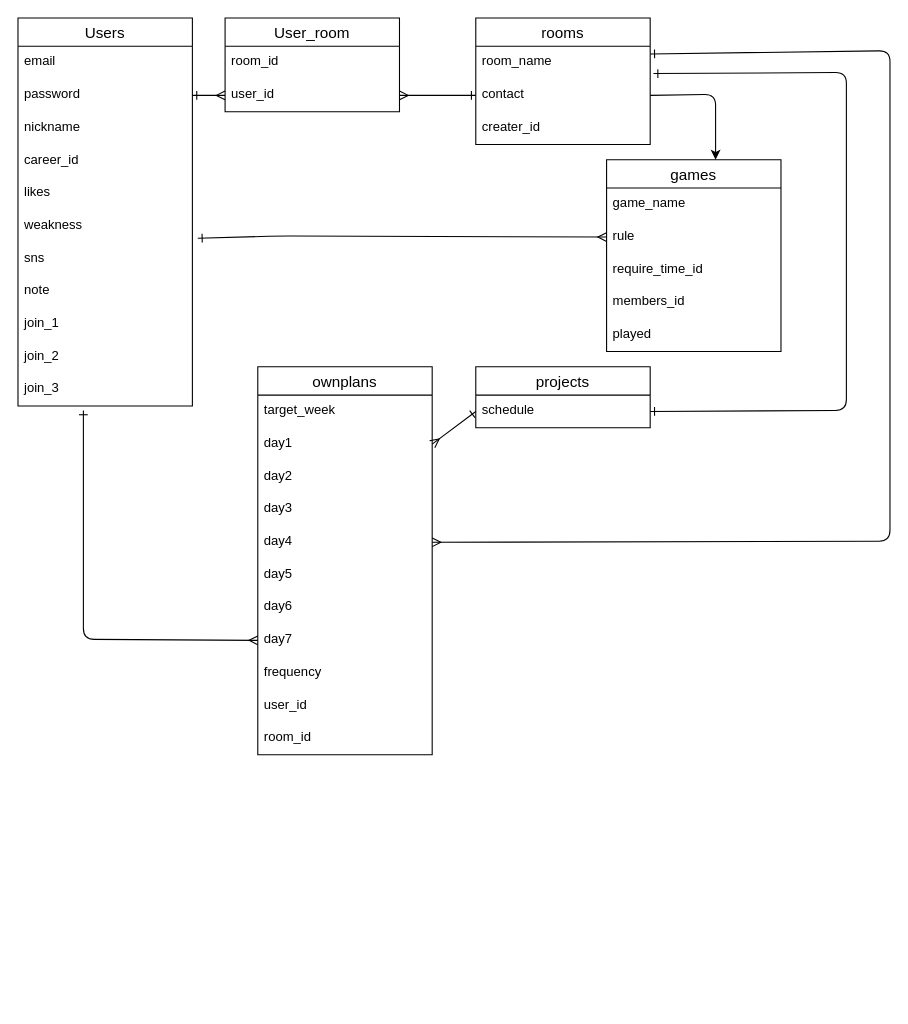
Before: bgcafe.dio in Toshiki-Ichi/bgcafe, a draw.io diagram. Source tidied: cells renumbered, new cells numbered last; positions are measured from the earlier drawing's top-left corner, leaving out a move shared by most shapes. Both pictures are drawn from the tidied source at 109%, with x=0, y=0 at pixel (17, 17).
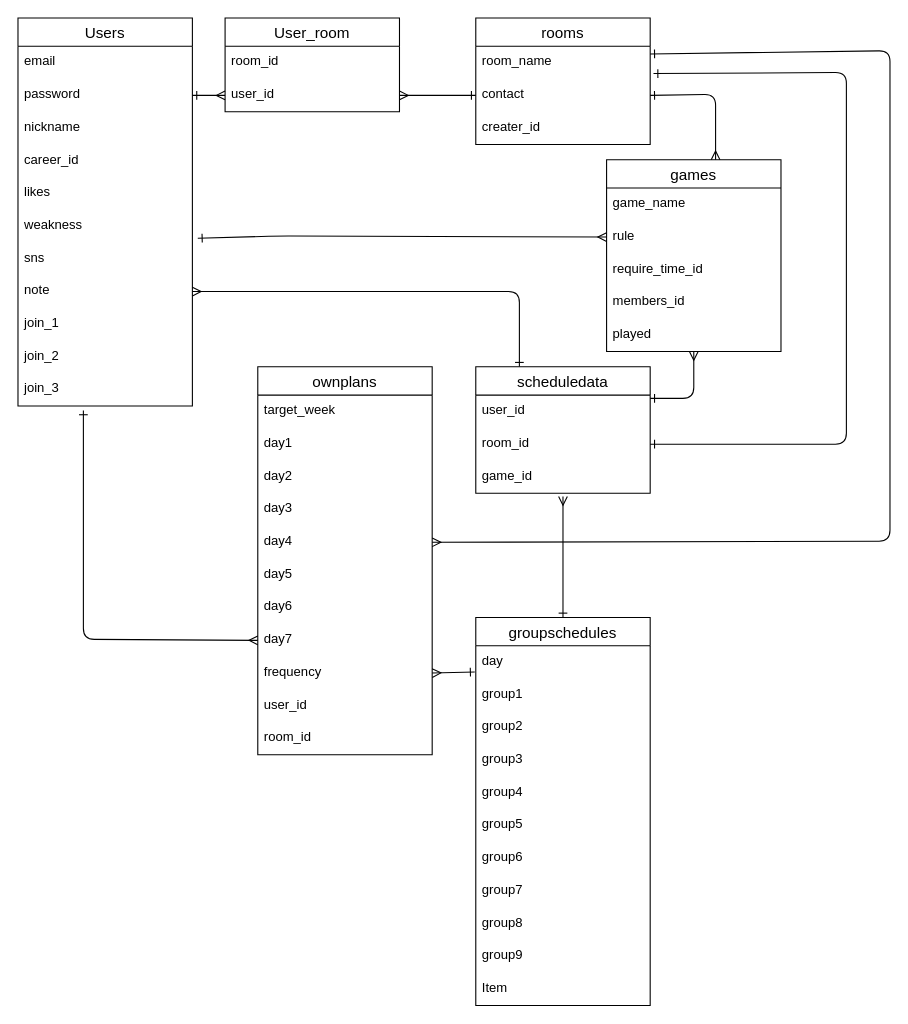
Above is the later version.

Unchanged cells that the change refers to:
```xml
<mxCell id="10" value="note" style="text;strokeColor=none;fillColor=none;spacingLeft=4;spacingRight=4;overflow=hidden;points=[[0,0.5],[1,0.5]];portConstraint=eastwest;fontSize=12;" parent="2" vertex="1">
  <mxGeometry y="236" width="160" height="30" as="geometry" />
</mxCell>
<mxCell id="18" value="room_name" style="text;strokeColor=none;fillColor=none;spacingLeft=4;spacingRight=4;overflow=hidden;points=[[0,0.5],[1,0.5]];portConstraint=eastwest;fontSize=12;" parent="17" vertex="1">
  <mxGeometry y="26" width="160" height="30" as="geometry" />
</mxCell>
<mxCell id="19" value="contact" style="text;strokeColor=none;fillColor=none;spacingLeft=4;spacingRight=4;overflow=hidden;points=[[0,0.5],[1,0.5]];portConstraint=eastwest;fontSize=12;" parent="17" vertex="1">
  <mxGeometry y="56" width="160" height="30" as="geometry" />
</mxCell>
<mxCell id="26" value="day1" style="text;strokeColor=none;fillColor=none;spacingLeft=4;spacingRight=4;overflow=hidden;points=[[0,0.5],[1,0.5]];portConstraint=eastwest;fontSize=12;" parent="24" vertex="1">
  <mxGeometry y="56" width="160" height="30" as="geometry" />
</mxCell>
<mxCell id="33" value="frequency" style="text;strokeColor=none;fillColor=none;spacingLeft=4;spacingRight=4;overflow=hidden;points=[[0,0.5],[1,0.5]];portConstraint=eastwest;fontSize=12;" parent="24" vertex="1">
  <mxGeometry y="266" width="160" height="30" as="geometry" />
</mxCell>
<mxCell id="36" value="games" style="swimlane;fontStyle=0;horizontal=1;startSize=26;align=center;fontSize=14;" parent="1" vertex="1">
  <mxGeometry x="540" y="130" width="160" height="176" as="geometry" />
</mxCell>
<mxCell id="41" value="played" style="text;strokeColor=none;fillColor=none;spacingLeft=4;spacingRight=4;overflow=hidden;points=[[0,0.5],[1,0.5]];portConstraint=eastwest;fontSize=12;" parent="36" vertex="1">
  <mxGeometry y="146" width="160" height="30" as="geometry" />
</mxCell>
```

The edit, as a diff of the source:
```diff
@@
+    <mxCell id="49" style="edgeStyle=none;html=1;exitX=1;exitY=0.25;exitDx=0;exitDy=0;endArrow=ERmany;endFill=0;startArrow=ERone;startFill=0;" parent="1" edge="1" source="21" target="41">
+      <mxGeometry relative="1" as="geometry">
+        <Array as="points">
+          <mxPoint x="620" y="349" />
+        </Array>
+      </mxGeometry>
+    </mxCell>
+    <mxCell id="50" style="edgeStyle=none;html=1;exitX=0.25;exitY=0;exitDx=0;exitDy=0;entryX=1;entryY=0.5;entryDx=0;entryDy=0;startArrow=ERone;startFill=0;endArrow=ERmany;endFill=0;" parent="1" edge="1" source="21" target="10">
+      <mxGeometry relative="1" as="geometry">
+        <Array as="points">
+          <mxPoint x="460" y="251" />
+        </Array>
+      </mxGeometry>
+    </mxCell>
-    <mxCell id="21" value="projects" style="swimlane;fontStyle=0;horizontal=1;startSize=26;align=center;fontSize=14;" parent="1" vertex="1">
-      <mxGeometry x="420" y="320" width="160" height="56" as="geometry" />
+    <mxCell id="21" value="scheduledata" style="swimlane;fontStyle=0;horizontal=1;startSize=26;align=center;fontSize=14;" parent="1" vertex="1">
+      <mxGeometry x="420" y="320" width="160" height="116" as="geometry" />
     </mxCell>
+    <mxCell id="51" value="user_id" style="text;strokeColor=none;fillColor=none;spacingLeft=4;spacingRight=4;overflow=hidden;fontSize=12;" parent="21" vertex="1">
+      <mxGeometry y="26" width="160" height="30" as="geometry" />
+    </mxCell>
-    <mxCell id="22" value="schedule" style="text;strokeColor=none;fillColor=none;spacingLeft=4;spacingRight=4;overflow=hidden;points=[[0,0.5],[1,0.5]];portConstraint=eastwest;fontSize=12;" parent="21" vertex="1">
-      <mxGeometry y="26" width="160" height="30" as="geometry" />
+    <mxCell id="22" value="room_id" style="text;strokeColor=none;fillColor=none;spacingLeft=4;spacingRight=4;overflow=hidden;points=[[0,0.5],[1,0.5]];portConstraint=eastwest;fontSize=12;" parent="21" vertex="1">
+      <mxGeometry y="56" width="160" height="30" as="geometry" />
     </mxCell>
+    <mxCell id="52" value="game_id" style="text;strokeColor=none;fillColor=none;spacingLeft=4;spacingRight=4;overflow=hidden;points=[[0,0.5],[1,0.5]];portConstraint=eastwest;fontSize=12;" parent="21" vertex="1">
+      <mxGeometry y="86" width="160" height="30" as="geometry" />
+    </mxCell>
@@
-    <mxCell id="42" style="edgeStyle=none;html=1;exitX=1;exitY=0.5;exitDx=0;exitDy=0;entryX=0;entryY=0.5;entryDx=0;entryDy=0;endArrow=ERone;endFill=0;startArrow=ERmany;startFill=0;" parent="1" edge="1" source="26" target="22">
+    <mxCell id="42" style="edgeStyle=none;html=1;exitX=1;exitY=0.5;exitDx=0;exitDy=0;entryX=-0.006;entryY=0.8;entryDx=0;entryDy=0;endArrow=ERone;endFill=0;startArrow=ERmany;startFill=0;entryPerimeter=0;" parent="1" edge="1" source="33" target="55">
       <mxGeometry relative="1" as="geometry" />
     </mxCell>
@@
-    <mxCell id="46" style="edgeStyle=none;html=1;exitX=1;exitY=0.5;exitDx=0;exitDy=0;entryX=0.625;entryY=0;entryDx=0;entryDy=0;entryPerimeter=0;" parent="1" edge="1" source="19" target="36">
+    <mxCell id="46" style="edgeStyle=none;html=1;exitX=1;exitY=0.5;exitDx=0;exitDy=0;entryX=0.625;entryY=0;entryDx=0;entryDy=0;entryPerimeter=0;endArrow=ERmany;endFill=0;startArrow=ERone;startFill=0;" parent="1" edge="1" source="19" target="36">
       <mxGeometry relative="1" as="geometry">
         <Array as="points">
           <mxPoint x="640" y="70" />
         </Array>
       </mxGeometry>
     </mxCell>
@@
     <mxCell id="48" style="edgeStyle=none;html=1;exitX=1;exitY=0.5;exitDx=0;exitDy=0;startArrow=ERone;startFill=0;endArrow=ERone;endFill=0;entryX=1.019;entryY=0.833;entryDx=0;entryDy=0;entryPerimeter=0;" parent="1" edge="1" source="22" target="18">
       <mxGeometry relative="1" as="geometry">
         <Array as="points">
-          <mxPoint x="760" y="360" />
+          <mxPoint x="760" y="391" />
           <mxPoint x="760" y="50" />
         </Array>
       </mxGeometry>
     </mxCell>
+    <mxCell id="53" style="edgeStyle=none;html=1;exitX=0.5;exitY=0;exitDx=0;exitDy=0;entryX=0.5;entryY=1.1;entryDx=0;entryDy=0;entryPerimeter=0;startArrow=ERone;startFill=0;endArrow=ERmany;endFill=0;" parent="1" edge="1" source="54" target="52">
+      <mxGeometry relative="1" as="geometry" />
+    </mxCell>
+    <mxCell id="54" value="groupschedules" style="swimlane;fontStyle=0;horizontal=1;startSize=26;align=center;fontSize=14;" parent="1" vertex="1">
+      <mxGeometry x="420" y="550" width="160" height="356" as="geometry" />
+    </mxCell>
+    <mxCell id="55" value="day" style="text;strokeColor=none;fillColor=none;spacingLeft=4;spacingRight=4;overflow=hidden;points=[[0,0.5],[1,0.5]];portConstraint=eastwest;fontSize=12;" parent="54" vertex="1">
+      <mxGeometry y="26" width="160" height="30" as="geometry" />
+    </mxCell>
+    <mxCell id="56" value="group1" style="text;strokeColor=none;fillColor=none;spacingLeft=4;spacingRight=4;overflow=hidden;fontSize=12;" parent="54" vertex="1">
+      <mxGeometry y="56" width="160" height="30" as="geometry" />
+    </mxCell>
+    <mxCell id="57" value="group2" style="text;strokeColor=none;fillColor=none;spacingLeft=4;spacingRight=4;overflow=hidden;fontSize=12;" parent="54" vertex="1">
+      <mxGeometry y="86" width="160" height="30" as="geometry" />
+    </mxCell>
+    <mxCell id="58" value="group3" style="text;strokeColor=none;fillColor=none;spacingLeft=4;spacingRight=4;overflow=hidden;fontSize=12;" parent="54" vertex="1">
+      <mxGeometry y="116" width="160" height="30" as="geometry" />
+    </mxCell>
+    <mxCell id="59" value="group4" style="text;strokeColor=none;fillColor=none;spacingLeft=4;spacingRight=4;overflow=hidden;fontSize=12;" parent="54" vertex="1">
+      <mxGeometry y="146" width="160" height="30" as="geometry" />
+    </mxCell>
+    <mxCell id="60" value="group5" style="text;strokeColor=none;fillColor=none;spacingLeft=4;spacingRight=4;overflow=hidden;fontSize=12;" parent="54" vertex="1">
+      <mxGeometry y="176" width="160" height="30" as="geometry" />
+    </mxCell>
+    <mxCell id="61" value="group6" style="text;strokeColor=none;fillColor=none;spacingLeft=4;spacingRight=4;overflow=hidden;fontSize=12;" parent="54" vertex="1">
+      <mxGeometry y="206" width="160" height="30" as="geometry" />
+    </mxCell>
+    <mxCell id="62" value="group7" style="text;strokeColor=none;fillColor=none;spacingLeft=4;spacingRight=4;overflow=hidden;fontSize=12;" parent="54" vertex="1">
+      <mxGeometry y="236" width="160" height="30" as="geometry" />
+    </mxCell>
+    <mxCell id="63" value="group8" style="text;strokeColor=none;fillColor=none;spacingLeft=4;spacingRight=4;overflow=hidden;fontSize=12;" parent="54" vertex="1">
+      <mxGeometry y="266" width="160" height="30" as="geometry" />
+    </mxCell>
+    <mxCell id="64" value="group9" style="text;strokeColor=none;fillColor=none;spacingLeft=4;spacingRight=4;overflow=hidden;fontSize=12;" parent="54" vertex="1">
+      <mxGeometry y="296" width="160" height="30" as="geometry" />
+    </mxCell>
+    <mxCell id="65" value="Item" style="text;strokeColor=none;fillColor=none;spacingLeft=4;spacingRight=4;overflow=hidden;fontSize=12;" parent="54" vertex="1">
+      <mxGeometry y="326" width="160" height="30" as="geometry" />
+    </mxCell>
```
